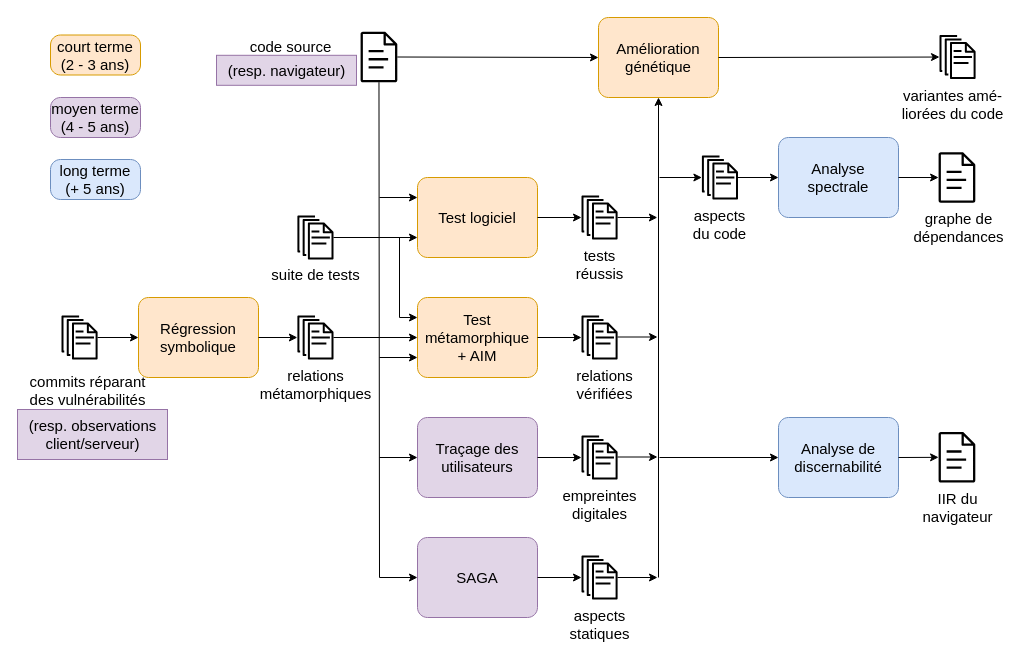
This is researchProject2025.drawio from yoann-marquer/Diagrams, a draw.io file, before an edit. Source tidied: cells renumbered, new cells numbered last; positions are measured from the earlier drawing's top-left corner, leaving out a move shared by most shapes. Both pictures are drawn from the tidied source at 100%, with x=0, y=0 at pixel (17, 17).
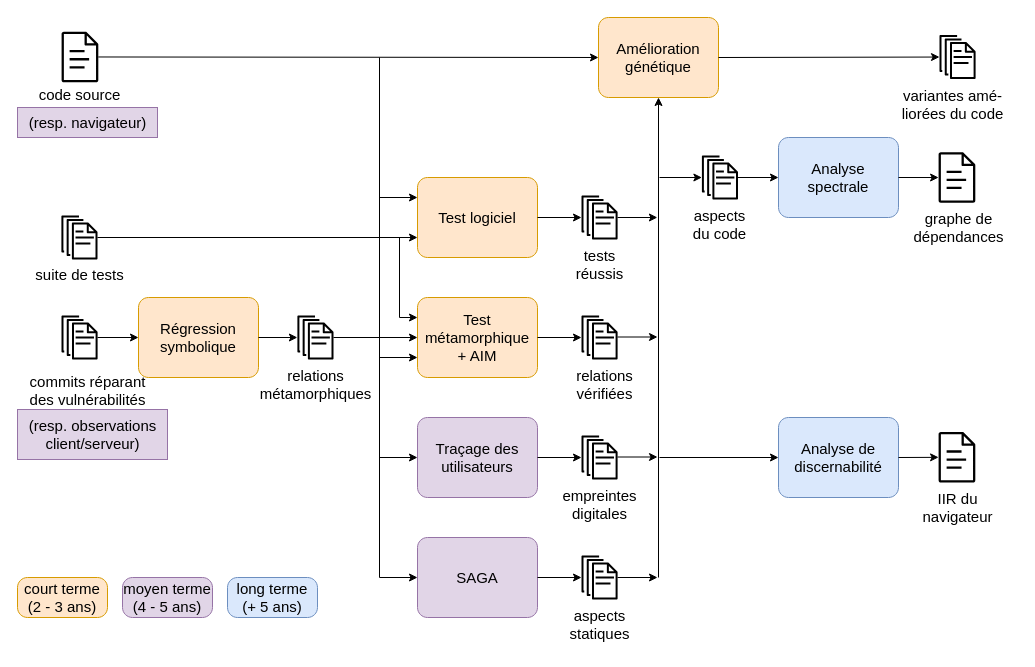
The same diagram, later.

Commit message:
entrées plus claires

Unchanged cells that the change refers to:
```xml
<mxCell id="34" value="SAGA" style="points=[[0.25,0,0],[0.5,0,0],[0.75,0,0],[1,0.25,0],[1,0.5,0],[1,0.75,0],[0.75,1,0],[0.5,1,0],[0.25,1,0],[0,0.75,0],[0,0.5,0],[0,0.25,0]];shape=mxgraph.bpmn.task;whiteSpace=wrap;rectStyle=rounded;size=10;html=1;taskMarker=abstract;strokeColor=#9673a6;fontSize=15;fillColor=#e1d5e7;" parent="1" vertex="1">
  <mxGeometry x="400" y="520" width="120" height="80" as="geometry" />
</mxCell>
```

What changed in the source:
```diff
@@
     <mxCell id="2" style="sketch=0;outlineConnect=0;fontColor=#232F3E;gradientColor=none;fillColor=light-dark(#000000, #bec8d4);strokeColor=none;dashed=0;verticalLabelPosition=bottom;verticalAlign=top;align=center;html=1;fontSize=12;fontStyle=0;shape=mxgraph.aws4.document;" parent="1" vertex="1">
-      <mxGeometry x="343" y="14.2" width="36.9" height="50.5" as="geometry" />
+      <mxGeometry x="44" y="14.2" width="36.9" height="50.5" as="geometry" />
     </mxCell>
@@
     <mxCell id="6" value="code source" style="text;html=1;align=center;verticalAlign=middle;strokeColor=none;fillColor=none;fontSize=15;" parent="1" vertex="1">
-      <mxGeometry x="218" y="14.2" width="110" height="30" as="geometry" />
+      <mxGeometry x="7.4" y="61.5" width="110" height="30" as="geometry" />
     </mxCell>
@@
     <mxCell id="9" style="sketch=0;outlineConnect=0;fontColor=#232F3E;gradientColor=none;fillColor=#000000;strokeColor=none;dashed=0;verticalLabelPosition=bottom;verticalAlign=top;align=center;html=1;fontSize=12;fontStyle=0;shape=mxgraph.aws4.documents;" parent="1" vertex="1">
-      <mxGeometry x="279.9" y="198" width="36.1" height="44" as="geometry" />
+      <mxGeometry x="43.9" y="198" width="36.1" height="44" as="geometry" />
     </mxCell>
@@
     <mxCell id="11" value="suite de tests" style="text;html=1;align=center;verticalAlign=middle;strokeColor=none;fillColor=none;fontSize=15;" parent="1" vertex="1">
-      <mxGeometry x="243" y="242" width="110" height="30" as="geometry" />
+      <mxGeometry x="7.4" y="242" width="110" height="30" as="geometry" />
     </mxCell>
@@
-    <mxCell id="27" style="endArrow=classic;html=1;rounded=0;entryX=0;entryY=0.5;entryDx=0;entryDy=0;entryPerimeter=0;" parent="1" edge="1" source="2" target="34">
+    <mxCell id="27" style="endArrow=classic;html=1;rounded=0;entryX=0;entryY=0.5;entryDx=0;entryDy=0;entryPerimeter=0;" parent="1" edge="1" target="34">
       <mxGeometry relative="1" as="geometry">
+        <mxPoint x="362" y="40" as="sourcePoint" />
         <Array as="points">
           <mxPoint x="362" y="560" />
         </Array>
       </mxGeometry>
     </mxCell>
@@
     <mxCell id="29" value="(resp. navigateur)" style="text;html=1;align=center;verticalAlign=middle;strokeColor=#9673a6;fillColor=#e1d5e7;fontSize=15;" parent="1" vertex="1">
-      <mxGeometry x="199" y="37.8" width="140" height="30" as="geometry" />
+      <mxGeometry y="90" width="140" height="30" as="geometry" />
     </mxCell>
@@
     <mxCell id="56" value="&lt;div&gt;court terme&lt;/div&gt;&lt;div&gt;(2 - 3 ans)&lt;/div&gt;" style="shape=mxgraph.bpmn.task;whiteSpace=wrap;rectStyle=rounded;size=10;html=1;taskMarker=abstract;strokeColor=#d79b00;fontSize=15;fillColor=#ffe6cc;" parent="1" vertex="1">
-      <mxGeometry x="33" y="17.5" width="90" height="40" as="geometry" />
+      <mxGeometry y="560" width="90" height="40" as="geometry" />
     </mxCell>
     <mxCell id="57" value="&lt;div&gt;moyen terme&lt;/div&gt;&lt;div&gt;(4 - 5 ans)&lt;/div&gt;" style="shape=mxgraph.bpmn.task;whiteSpace=wrap;rectStyle=rounded;size=10;html=1;taskMarker=abstract;strokeColor=#9673a6;fontSize=15;fillColor=#e1d5e7;" parent="1" vertex="1">
-      <mxGeometry x="33" y="80" width="90" height="40" as="geometry" />
+      <mxGeometry x="105" y="560" width="90" height="40" as="geometry" />
     </mxCell>
     <mxCell id="58" value="&lt;div&gt;long terme&lt;/div&gt;&lt;div&gt;(+ 5 ans)&lt;/div&gt;" style="shape=mxgraph.bpmn.task;whiteSpace=wrap;rectStyle=rounded;size=10;html=1;taskMarker=abstract;strokeColor=#6c8ebf;fontSize=15;fillColor=#dae8fc;" parent="1" vertex="1">
-      <mxGeometry x="33" y="142" width="90" height="40" as="geometry" />
+      <mxGeometry x="210" y="560" width="90" height="40" as="geometry" />
     </mxCell>
```
